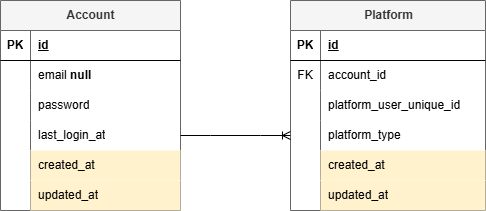
mkms1104/mkms1104 keeps this draw.io diagram as finple.drawio.png. Above is the earlier version. Source tidied: cells renumbered, new cells last; positions are measured from the earlier drawing's top-left corner, leaving out a move shared by most shapes.
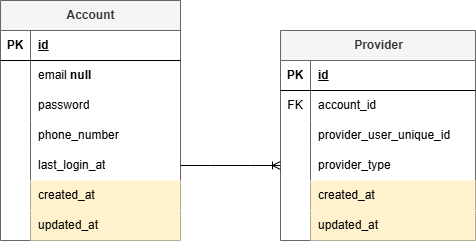
After the change.

The edit, as a diff of the source:
```diff
@@ -3,7 +3,7 @@
     <mxCell id="0" />
     <mxCell id="1" parent="0" />
     <mxCell id="2" value="Account" style="shape=table;startSize=30;rowLines=0;fontStyle=1;align=center;html=1;fillColor=#f5f5f5;fontColor=#333333;strokeColor=#666666;" parent="1" vertex="1">
-      <mxGeometry width="180" height="210" as="geometry" />
+      <mxGeometry x="10" y="-30" width="180" height="240" as="geometry" />
     </mxCell>
     <mxCell id="3" style="shape=tableRow;horizontal=0;startSize=0;swimlaneHead=0;swimlaneBody=0;fillColor=none;top=0;left=0;right=0;bottom=1;" parent="2" vertex="1">
       <mxGeometry y="30" width="180" height="30" as="geometry" />
@@ -32,8 +32,17 @@
     <mxCell id="11" value="password" style="shape=partialRectangle;fillColor=none;top=0;left=0;bottom=0;right=0;align=left;spacingLeft=6;overflow=hidden;whiteSpace=wrap;html=1;" parent="9" vertex="1">
       <mxGeometry x="30" width="150" height="30" as="geometry" />
     </mxCell>
+    <mxCell id="41" style="shape=tableRow;horizontal=0;startSize=0;swimlaneHead=0;swimlaneBody=0;fillColor=none;top=0;left=0;right=0;bottom=0;" parent="2" vertex="1">
+      <mxGeometry y="120" width="180" height="30" as="geometry" />
+    </mxCell>
+    <mxCell id="42" style="shape=partialRectangle;fillColor=none;top=0;left=0;bottom=0;right=0;overflow=hidden;whiteSpace=wrap;html=1;" parent="41" vertex="1">
+      <mxGeometry width="30" height="30" as="geometry" />
+    </mxCell>
+    <mxCell id="43" value="phone_number" style="shape=partialRectangle;fillColor=none;top=0;left=0;bottom=0;right=0;align=left;spacingLeft=6;overflow=hidden;whiteSpace=wrap;html=1;" parent="41" vertex="1">
+      <mxGeometry x="30" width="150" height="30" as="geometry" />
+    </mxCell>
     <mxCell id="12" style="shape=tableRow;horizontal=0;startSize=0;swimlaneHead=0;swimlaneBody=0;fillColor=none;points=[[0,0.5],[1,0.5]];portConstraint=eastwest;top=0;left=0;right=0;bottom=0;" parent="2" vertex="1">
-      <mxGeometry y="120" width="180" height="30" as="geometry" />
+      <mxGeometry y="150" width="180" height="30" as="geometry" />
     </mxCell>
     <mxCell id="13" style="shape=partialRectangle;fillColor=none;top=0;left=0;bottom=0;right=0;overflow=hidden;whiteSpace=wrap;html=1;" parent="12" vertex="1">
       <mxGeometry width="30" height="30" as="geometry" />
@@ -42,7 +51,7 @@
       <mxGeometry x="30" width="150" height="30" as="geometry" />
     </mxCell>
     <mxCell id="15" style="shape=tableRow;horizontal=0;startSize=0;swimlaneHead=0;swimlaneBody=0;fillColor=none;top=0;left=0;right=0;bottom=0;" parent="2" vertex="1">
-      <mxGeometry y="150" width="180" height="30" as="geometry" />
+      <mxGeometry y="180" width="180" height="30" as="geometry" />
     </mxCell>
     <mxCell id="16" style="shape=partialRectangle;fillColor=none;top=0;left=0;bottom=0;right=0;overflow=hidden;whiteSpace=wrap;html=1;" parent="15" vertex="1">
       <mxGeometry width="30" height="30" as="geometry" />
@@ -51,7 +60,7 @@
       <mxGeometry x="30" width="150" height="30" as="geometry" />
     </mxCell>
     <mxCell id="18" style="shape=tableRow;horizontal=0;startSize=0;swimlaneHead=0;swimlaneBody=0;fillColor=none;top=0;left=0;right=0;bottom=0;" parent="2" vertex="1">
-      <mxGeometry y="180" width="180" height="30" as="geometry" />
+      <mxGeometry y="210" width="180" height="30" as="geometry" />
     </mxCell>
     <mxCell id="19" style="shape=partialRectangle;fillColor=none;top=0;left=0;bottom=0;right=0;overflow=hidden;whiteSpace=wrap;html=1;" parent="18" vertex="1">
       <mxGeometry width="30" height="30" as="geometry" />
@@ -59,7 +68,7 @@
     <mxCell id="20" value="updated_at" style="shape=partialRectangle;fillColor=#fff2cc;top=0;left=0;bottom=0;right=0;align=left;spacingLeft=6;overflow=hidden;whiteSpace=wrap;html=1;strokeColor=#d6b656;" parent="18" vertex="1">
       <mxGeometry x="30" width="150" height="30" as="geometry" />
     </mxCell>
-    <mxCell id="21" value="Platform" style="shape=table;startSize=30;rowLines=0;fontStyle=1;align=center;html=1;fillColor=#f5f5f5;fontColor=#333333;strokeColor=#666666;" parent="1" vertex="1">
+    <mxCell id="21" value="Provider" style="shape=table;startSize=30;rowLines=0;fontStyle=1;align=center;html=1;fillColor=#f5f5f5;fontColor=#333333;strokeColor=#666666;" parent="1" vertex="1">
       <mxGeometry x="290" width="195" height="210" as="geometry" />
     </mxCell>
     <mxCell id="22" style="shape=tableRow;horizontal=0;startSize=0;swimlaneHead=0;swimlaneBody=0;fillColor=none;top=0;left=0;right=0;bottom=1;" parent="21" vertex="1">
@@ -86,7 +95,7 @@
     <mxCell id="29" style="shape=partialRectangle;fillColor=none;top=0;left=0;bottom=0;right=0;overflow=hidden;whiteSpace=wrap;html=1;" parent="28" vertex="1">
       <mxGeometry width="30" height="30" as="geometry" />
     </mxCell>
-    <mxCell id="30" value="platform_user_unique_id" style="shape=partialRectangle;fillColor=none;top=0;left=0;bottom=0;right=0;align=left;spacingLeft=6;overflow=hidden;whiteSpace=wrap;html=1;" parent="28" vertex="1">
+    <mxCell id="30" value="provider_user_unique_id" style="shape=partialRectangle;fillColor=none;top=0;left=0;bottom=0;right=0;align=left;spacingLeft=6;overflow=hidden;whiteSpace=wrap;html=1;" parent="28" vertex="1">
       <mxGeometry x="30" width="165" height="30" as="geometry" />
     </mxCell>
     <mxCell id="31" style="shape=tableRow;horizontal=0;startSize=0;swimlaneHead=0;swimlaneBody=0;fillColor=none;points=[[0,0.5],[1,0.5]];portConstraint=eastwest;top=0;left=0;right=0;bottom=0;" parent="21" vertex="1">
@@ -95,7 +104,7 @@
     <mxCell id="32" style="shape=partialRectangle;fillColor=none;top=0;left=0;bottom=0;right=0;overflow=hidden;whiteSpace=wrap;html=1;" parent="31" vertex="1">
       <mxGeometry width="30" height="30" as="geometry" />
     </mxCell>
-    <mxCell id="33" value="platform_type" style="shape=partialRectangle;fillColor=none;top=0;left=0;bottom=0;right=0;align=left;spacingLeft=6;overflow=hidden;whiteSpace=wrap;html=1;" parent="31" vertex="1">
+    <mxCell id="33" value="provider_type" style="shape=partialRectangle;fillColor=none;top=0;left=0;bottom=0;right=0;align=left;spacingLeft=6;overflow=hidden;whiteSpace=wrap;html=1;" parent="31" vertex="1">
       <mxGeometry x="30" width="165" height="30" as="geometry" />
     </mxCell>
     <mxCell id="34" style="shape=tableRow;horizontal=0;startSize=0;swimlaneHead=0;swimlaneBody=0;fillColor=none;top=0;left=0;right=0;bottom=0;" parent="21" vertex="1">
```
